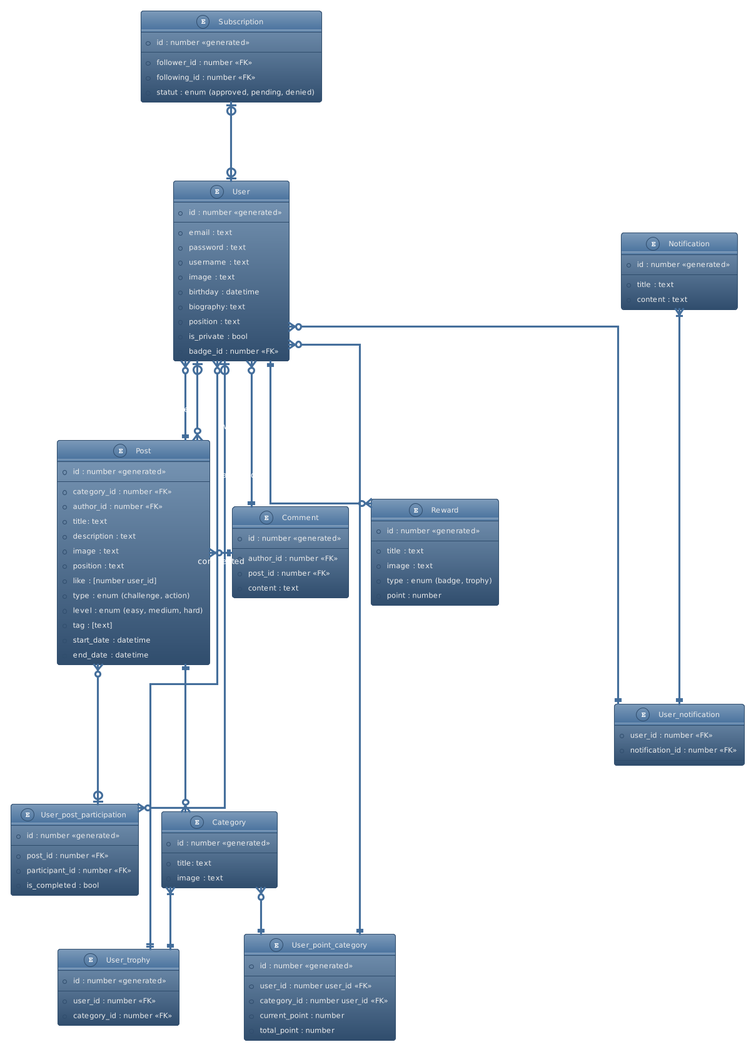
Above: conception/diagrams/entity_relation/entity_relation_join_tables.png in Eco-Gest/Frontend-Flutter (PlantUML), before the change.
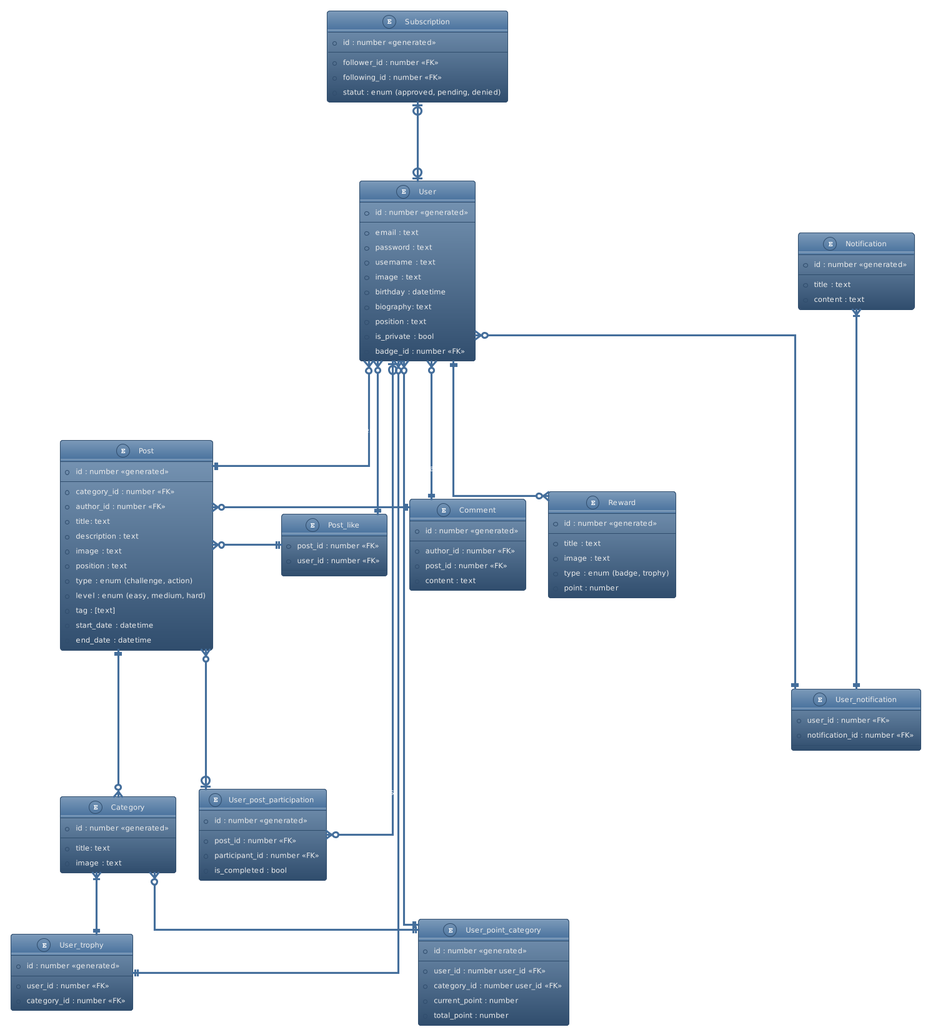
The same diagram one commit later.

Commit message:
update diagram entity relation feedback kevin

What changed in the source:
```diff
@@ -58,7 +58,6 @@
   *description : text
   *image : text
   *position : text
-  *like : [number user_id]
   *type : enum (challenge, action)
   *level : enum (easy, medium, hard)
   *tag : [text]
@@ -102,10 +101,16 @@
   *category_id : number <<FK>>
 }
 
+Entity "Post_like" as pl {
+  *post_id : number <<FK>>
+  *user_id : number <<FK>>
+}
+
 u |o-down--o{ upp : participates
 p }o---o| upp : contains
 u }o-down--|| p : writes
-u |o-down--o{ p : likes
+u }o-down--|| pl : likes
+p }o-right--|| pl : has
 u }o---|| c : writes
 u ||---o{ r : has a badge
 u |o-up--o| s : asks to follow
```
